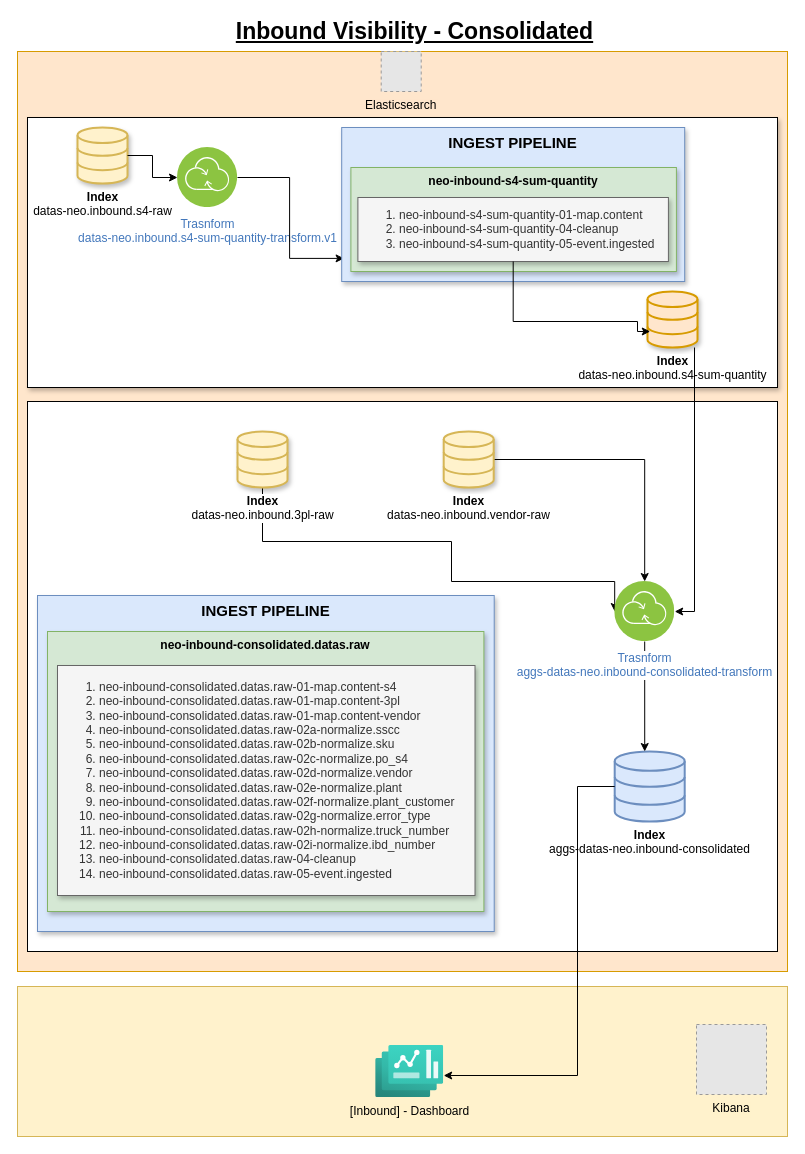
Earlier version of the draw.io diagram Inbound_Visibility-Consolidated.drawio (baranharis/Diagram-LOREAL). Source tidied: cells renumbered, new cells numbered last; positions are measured from the earlier drawing's top-left corner, leaving out a move shared by most shapes. Both pictures are drawn from the tidied source at 100%, with x=0, y=0 at pixel (17, 21). Pictures stored in the file or linked from it are replaced by grey dashed boxes.
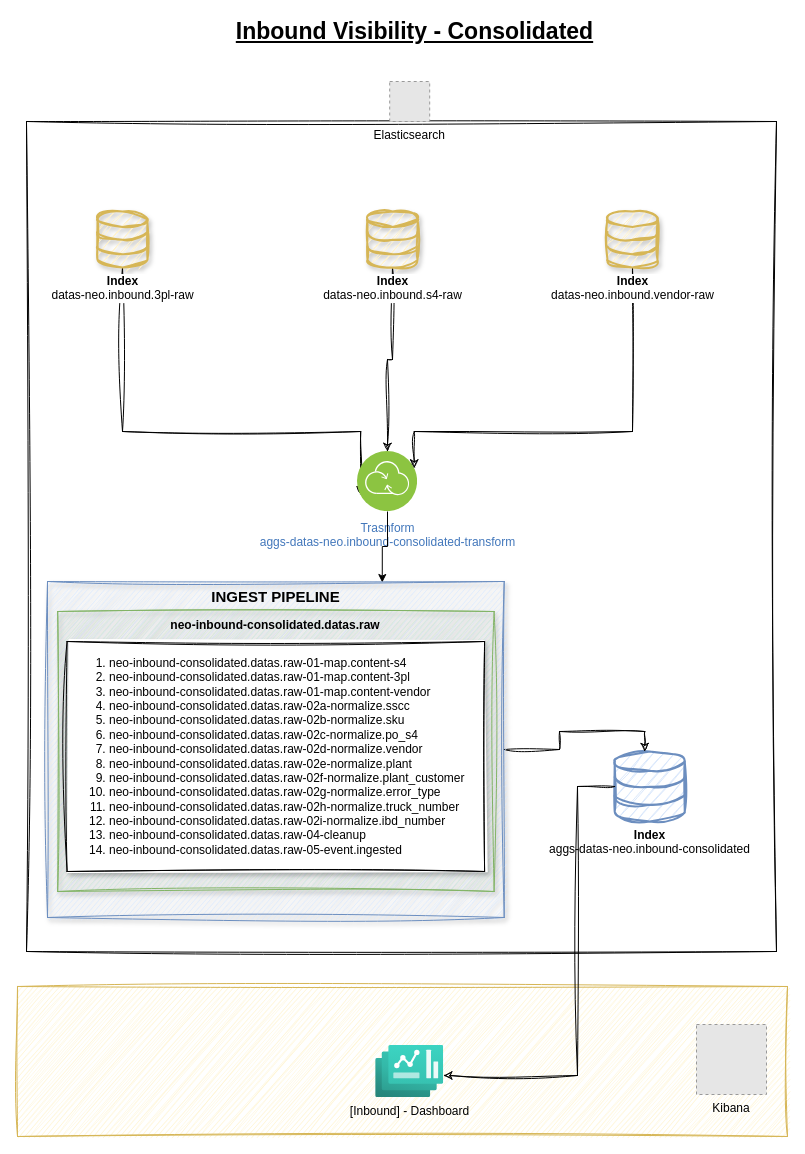
The same page after the edit.

Commit message:
Mettre à jour Inbound_Visibility-Consolidated.drawio

Change to the diagram source:
```diff
@@
+    <mxCell id="19" style="rounded=0;whiteSpace=wrap;html=1;sketch=1;curveFitting=1;jiggle=2;" parent="1" vertex="1">
+      <mxGeometry x="9" y="100" width="750" height="830" as="geometry" />
+    </mxCell>
-    <mxCell id="2" style="rounded=0;whiteSpace=wrap;html=1;fillColor=#fff2cc;strokeColor=#d6b656;" parent="1" vertex="1">
+    <mxCell id="2" style="rounded=0;whiteSpace=wrap;html=1;fillColor=#fff2cc;strokeColor=#d6b656;sketch=1;curveFitting=1;jiggle=2;" parent="1" vertex="1">
       <mxGeometry y="965" width="770" height="150" as="geometry" />
     </mxCell>
-    <mxCell id="3" style="rounded=0;whiteSpace=wrap;html=1;fillColor=#ffe6cc;strokeColor=#d79b00;" parent="1" vertex="1">
-      <mxGeometry y="30" width="770" height="920" as="geometry" />
-    </mxCell>
-    <mxCell id="4" value="Inbound Visibility - Consolidated" style="text;html=1;strokeColor=none;fillColor=none;align=center;verticalAlign=middle;whiteSpace=wrap;rounded=0;fontSize=23;fontStyle=5;" parent="1" vertex="1">
+    <mxCell id="4" value="Inbound Visibility - Consolidated" style="text;html=1;strokeColor=none;fillColor=none;align=center;verticalAlign=middle;whiteSpace=wrap;rounded=0;fontSize=23;fontStyle=5;sketch=1;curveFitting=1;jiggle=2;" parent="1" vertex="1">
       <mxGeometry x="155" width="485" height="20" as="geometry" />
     </mxCell>
-    <mxCell id="5" value="Elasticsearch" style="fillColor=#E6E6E6;strokeColor=#999999;dashed=1;verticalLabelPosition=bottom;labelBackgroundColor=#FFE6CC;verticalAlign=top;" parent="1" vertex="1">
-      <mxGeometry x="363.7" y="30" width="40" height="40" as="geometry" />
+    <mxCell id="5" value="Elasticsearch" style="fillColor=#E6E6E6;strokeColor=#999999;dashed=1;verticalLabelPosition=bottom;labelBackgroundColor=none;verticalAlign=top;" parent="1" vertex="1">
+      <mxGeometry x="372.2" y="60" width="40" height="40" as="geometry" />
     </mxCell>
-    <mxCell id="6" style="rounded=0;whiteSpace=wrap;html=1;shadow=1;" parent="1" vertex="1">
-      <mxGeometry x="10" y="96" width="750" height="270" as="geometry" />
-    </mxCell>
-    <mxCell id="7" value="&lt;b&gt;Index&lt;/b&gt;&lt;br&gt;datas-neo.inbound.s4-raw" style="html=1;verticalLabelPosition=bottom;align=center;labelBackgroundColor=#ffffff;verticalAlign=top;strokeWidth=2;strokeColor=#d6b656;shadow=1;dashed=0;shape=mxgraph.ios7.icons.data;fillColor=#fff2cc;" parent="1" vertex="1">
-      <mxGeometry x="60" y="106" width="50" height="56" as="geometry" />
-    </mxCell>
-    <mxCell id="8" value="Trasnform&lt;br&gt;datas-neo.inbound.s4-sum-quantity-transform.v1" style="image;perimeter=ellipsePerimeter;html=1;align=center;shadow=0;dashed=0;fontColor=#4277BB;labelBackgroundColor=default;fontSize=12;spacingTop=3;image=img/lib/ibm/infrastructure/transformation_connectivity.svg;imageBackground=default;" parent="1" vertex="1">
-      <mxGeometry x="160" y="126" width="60" height="60" as="geometry" />
-    </mxCell>
-    <mxCell id="9" style="edgeStyle=orthogonalEdgeStyle;rounded=0;jettySize=auto;html=1;" parent="1" edge="1" source="7" target="8">
-      <mxGeometry relative="1" as="geometry" />
+    <mxCell id="9" style="edgeStyle=orthogonalEdgeStyle;rounded=0;orthogonalLoop=1;jettySize=auto;html=1;" parent="1" edge="1">
+      <mxGeometry relative="1" as="geometry">
+        <mxPoint x="110" y="134" as="sourcePoint" />
+      </mxGeometry>
     </mxCell>
-    <mxCell id="10" style="edgeStyle=orthogonalEdgeStyle;rounded=0;jettySize=auto;html=1;entryX=0.007;entryY=0.85;entryDx=0;entryDy=0;entryPerimeter=0;" parent="1" edge="1" source="8" target="14">
-      <mxGeometry relative="1" as="geometry" />
+    <mxCell id="10" style="edgeStyle=orthogonalEdgeStyle;rounded=0;orthogonalLoop=1;jettySize=auto;html=1;entryX=0.007;entryY=0.85;entryDx=0;entryDy=0;entryPerimeter=0;" parent="1" edge="1">
+      <mxGeometry relative="1" as="geometry">
+        <mxPoint x="220" y="156" as="sourcePoint" />
+      </mxGeometry>
     </mxCell>
-    <mxCell id="11" value="Kibana" style="fillColor=#E6E6E6;strokeColor=#999999;dashed=1;verticalLabelPosition=bottom;labelBackgroundColor=#fff2cb;verticalAlign=top;" parent="1" vertex="1">
+    <mxCell id="11" value="Kibana" style="fillColor=#E6E6E6;strokeColor=#999999;dashed=1;verticalLabelPosition=bottom;labelBackgroundColor=none;verticalAlign=top;" parent="1" vertex="1">
       <mxGeometry x="679" y="1003" width="70" height="70" as="geometry" />
     </mxCell>
-    <mxCell id="12" value="[Inbound] - Dashboard" style="image;html=1;points=[];align=center;fontSize=12;image=img/lib/azure2/other/Dashboard_Hub.svg;labelBackgroundColor=#fff2cb;" parent="1" vertex="1">
+    <mxCell id="12" value="[Inbound] - Dashboard" style="image;html=1;points=[];align=center;fontSize=12;image=img/lib/azure2/other/Dashboard_Hub.svg;labelBackgroundColor=none;sketch=1;curveFitting=1;jiggle=2;" parent="1" vertex="1">
       <mxGeometry x="358.2" y="1024" width="68" height="52" as="geometry" />
     </mxCell>
-    <mxCell id="13" style="group;" parent="1" vertex="1">
-      <mxGeometry x="324.2" y="106" width="343" height="154" as="geometry" />
-    </mxCell>
-    <mxCell id="14" value="INGEST PIPELINE" style="rounded=0;whiteSpace=wrap;html=1;verticalAlign=top;fontStyle=1;fontSize=15;fillColor=#dae8fc;strokeColor=#6c8ebf;glass=0;shadow=1;" parent="13" vertex="1">
-      <mxGeometry width="343" height="154" as="geometry" />
-    </mxCell>
-    <mxCell id="15" value="neo-inbound-s4-sum-quantity" style="rounded=0;whiteSpace=wrap;html=1;verticalAlign=top;fontStyle=1;fillColor=#d5e8d4;strokeColor=#82b366;glass=0;shadow=1;" parent="13" vertex="1">
-      <mxGeometry x="9.2" y="40" width="325.5" height="104" as="geometry" />
-    </mxCell>
-    <mxCell id="16" value="&lt;ol&gt;&lt;li&gt;neo-inbound-s4-sum-quantity-01-map.content&lt;/li&gt;&lt;li&gt;neo-inbound-s4-sum-quantity-04-cleanup&lt;/li&gt;&lt;li&gt;neo-inbound-s4-sum-quantity-05-event.ingested&lt;br&gt;&lt;/li&gt;&lt;/ol&gt;" style="rounded=0;whiteSpace=wrap;html=1;fillColor=#f5f5f5;strokeColor=#666666;shadow=1;align=left;fontColor=#333333;" parent="13" vertex="1">
-      <mxGeometry x="16.2" y="70" width="310.5" height="64" as="geometry" />
-    </mxCell>
-    <mxCell id="17" value="&lt;b&gt;Index&lt;/b&gt;&lt;br&gt;datas-neo.inbound.s4-sum-quantity" style="html=1;verticalLabelPosition=bottom;align=center;labelBackgroundColor=#ffffff;verticalAlign=top;strokeWidth=2;strokeColor=#d79b00;shadow=1;dashed=0;shape=mxgraph.ios7.icons.data;fillColor=#ffe6cc;" parent="1" vertex="1">
-      <mxGeometry x="630" y="270" width="50" height="56" as="geometry" />
-    </mxCell>
-    <mxCell id="18" style="edgeStyle=orthogonalEdgeStyle;rounded=0;jettySize=auto;html=1;entryX=0.055;entryY=0.714;entryDx=0;entryDy=0;entryPerimeter=0;" parent="1" edge="1" source="16" target="17">
+    <mxCell id="18" style="edgeStyle=orthogonalEdgeStyle;rounded=0;orthogonalLoop=1;jettySize=auto;html=1;entryX=0.055;entryY=0.714;entryDx=0;entryDy=0;entryPerimeter=0;" parent="1" edge="1">
       <mxGeometry relative="1" as="geometry">
+        <mxPoint x="495.8" y="240" as="sourcePoint" />
         <Array as="points">
           <mxPoint x="496" y="300" />
           <mxPoint x="620" y="300" />
         </Array>
       </mxGeometry>
     </mxCell>
-    <mxCell id="19" style="rounded=0;whiteSpace=wrap;html=1;" parent="1" vertex="1">
-      <mxGeometry x="10" y="380" width="750" height="550" as="geometry" />
-    </mxCell>
-    <mxCell id="20" value="&lt;b&gt;Index&lt;/b&gt;&lt;br&gt;aggs-datas-neo.inbound-consolidated" style="html=1;verticalLabelPosition=bottom;align=center;labelBackgroundColor=#ffffff;verticalAlign=top;strokeWidth=2;strokeColor=#6c8ebf;shadow=0;dashed=0;shape=mxgraph.ios7.icons.data;fillColor=#dae8fc;" parent="1" vertex="1">
+    <mxCell id="20" value="&lt;b&gt;Index&lt;/b&gt;&lt;br&gt;aggs-datas-neo.inbound-consolidated" style="html=1;verticalLabelPosition=bottom;align=center;labelBackgroundColor=#ffffff;verticalAlign=top;strokeWidth=2;strokeColor=#6c8ebf;shadow=0;dashed=0;shape=mxgraph.ios7.icons.data;fillColor=#dae8fc;sketch=1;curveFitting=1;jiggle=2;" parent="1" vertex="1">
       <mxGeometry x="597.2" y="730" width="70" height="70" as="geometry" />
     </mxCell>
-    <mxCell id="21" style="edgeStyle=orthogonalEdgeStyle;rounded=0;jettySize=auto;html=1;" parent="1" edge="1" source="20" target="12">
+    <mxCell id="21" style="edgeStyle=orthogonalEdgeStyle;rounded=0;jettySize=auto;html=1;sketch=1;curveFitting=1;jiggle=2;" parent="1" edge="1" source="20" target="12">
       <mxGeometry relative="1" as="geometry">
         <Array as="points">
           <mxPoint x="560" y="765" />
           <mxPoint x="560" y="1054" />
         </Array>
       </mxGeometry>
     </mxCell>
-    <mxCell id="22" value="INGEST PIPELINE" style="rounded=0;whiteSpace=wrap;html=1;verticalAlign=top;fontStyle=1;fontSize=15;fillColor=#dae8fc;strokeColor=#6c8ebf;glass=0;shadow=1;" parent="1" vertex="1">
-      <mxGeometry x="20" y="574" width="456.7" height="336" as="geometry" />
-    </mxCell>
-    <mxCell id="23" value="neo-inbound-consolidated.datas.raw" style="rounded=0;whiteSpace=wrap;html=1;verticalAlign=top;fontStyle=1;fillColor=#d5e8d4;strokeColor=#82b366;glass=0;shadow=1;" parent="1" vertex="1">
-      <mxGeometry x="30" y="610" width="436.4" height="280" as="geometry" />
-    </mxCell>
-    <mxCell id="24" value="&lt;ol&gt;&lt;li style=&quot;border-color: var(--border-color);&quot;&gt;neo-inbound-consolidated.datas.raw-01-map.content-s4&lt;/li&gt;&lt;li style=&quot;border-color: var(--border-color);&quot;&gt;neo-inbound-consolidated.datas.raw-01-map.content-3pl&lt;/li&gt;&lt;li style=&quot;border-color: var(--border-color);&quot;&gt;neo-inbound-consolidated.datas.raw-01-map.content-vendor&lt;/li&gt;&lt;li style=&quot;border-color: var(--border-color);&quot;&gt;neo-inbound-consolidated.datas.raw-02a-normalize.sscc&lt;/li&gt;&lt;li style=&quot;border-color: var(--border-color);&quot;&gt;neo-inbound-consolidated.datas.raw-02b-normalize.sku&lt;/li&gt;&lt;li style=&quot;border-color: var(--border-color);&quot;&gt;neo-inbound-consolidated.datas.raw-02c-normalize.po_s4&lt;/li&gt;&lt;li&gt;neo-inbound-consolidated.datas.raw-02d-normalize.vendor&lt;br&gt;&lt;/li&gt;&lt;li&gt;neo-inbound-consolidated.datas.raw-02e-normalize.plant&lt;br&gt;&lt;/li&gt;&lt;li&gt;neo-inbound-consolidated.datas.raw-02f-normalize.plant_customer&lt;br&gt;&lt;/li&gt;&lt;li&gt;neo-inbound-consolidated.datas.raw-02g-normalize.error_type&lt;br&gt;&lt;/li&gt;&lt;li style=&quot;border-color: var(--border-color);&quot;&gt;neo-inbound-consolidated.datas.raw-02h-normalize.truck_number&lt;/li&gt;&lt;li style=&quot;border-color: var(--border-color);&quot;&gt;neo-inbound-consolidated.datas.raw-02i-normalize.ibd_number&lt;br&gt;&lt;/li&gt;&lt;li style=&quot;border-color: var(--border-color);&quot;&gt;neo-inbound-consolidated.datas.raw-04-cleanup&lt;br&gt;&lt;/li&gt;&lt;li style=&quot;border-color: var(--border-color);&quot;&gt;neo-inbound-consolidated.datas.raw-05-event.ingested&lt;br&gt;&lt;/li&gt;&lt;/ol&gt;" style="rounded=0;whiteSpace=wrap;html=1;fillColor=#f5f5f5;strokeColor=#666666;shadow=1;align=left;fontColor=#333333;" parent="1" vertex="1">
-      <mxGeometry x="40" y="644" width="417.5" height="230" as="geometry" />
-    </mxCell>
-    <mxCell id="25" style="edgeStyle=orthogonalEdgeStyle;rounded=0;jettySize=auto;html=1;entryX=0;entryY=0.5;entryDx=0;entryDy=0;" parent="1" edge="1" source="26" target="30">
+    <mxCell id="25" style="edgeStyle=orthogonalEdgeStyle;rounded=0;jettySize=auto;html=1;entryX=0;entryY=0.75;entryDx=0;entryDy=0;sketch=1;curveFitting=1;jiggle=2;" parent="1" edge="1" source="26" target="30">
       <mxGeometry relative="1" as="geometry">
         <Array as="points">
-          <mxPoint x="245" y="520" />
-          <mxPoint x="434" y="520" />
-          <mxPoint x="434" y="560" />
-          <mxPoint x="597" y="560" />
+          <mxPoint x="105" y="410" />
+          <mxPoint x="343" y="410" />
         </Array>
       </mxGeometry>
     </mxCell>
-    <mxCell id="26" value="&lt;b&gt;Index&lt;/b&gt;&lt;br&gt;datas-neo.inbound.3pl-raw" style="html=1;verticalLabelPosition=bottom;align=center;labelBackgroundColor=#ffffff;verticalAlign=top;strokeWidth=2;strokeColor=#d6b656;shadow=1;dashed=0;shape=mxgraph.ios7.icons.data;fillColor=#fff2cc;" parent="1" vertex="1">
-      <mxGeometry x="220" y="410" width="50" height="56" as="geometry" />
+    <mxCell id="26" value="&lt;b&gt;Index&lt;/b&gt;&lt;br&gt;datas-neo.inbound.3pl-raw" style="html=1;verticalLabelPosition=bottom;align=center;labelBackgroundColor=#ffffff;verticalAlign=top;strokeWidth=2;strokeColor=#d6b656;shadow=1;dashed=0;shape=mxgraph.ios7.icons.data;fillColor=#fff2cc;sketch=1;curveFitting=1;jiggle=2;" parent="1" vertex="1">
+      <mxGeometry x="80" y="190" width="50" height="56" as="geometry" />
     </mxCell>
-    <mxCell id="27" style="edgeStyle=orthogonalEdgeStyle;rounded=0;jettySize=auto;html=1;entryX=0.5;entryY=0;entryDx=0;entryDy=0;" parent="1" edge="1" source="28" target="30">
+    <mxCell id="27" style="edgeStyle=orthogonalEdgeStyle;rounded=0;jettySize=auto;html=1;sketch=1;curveFitting=1;jiggle=2;" parent="1" edge="1" source="28" target="30">
       <mxGeometry relative="1" as="geometry" />
     </mxCell>
-    <mxCell id="28" value="&lt;b&gt;Index&lt;/b&gt;&lt;br&gt;datas-neo.inbound.vendor-raw" style="html=1;verticalLabelPosition=bottom;align=center;labelBackgroundColor=#ffffff;verticalAlign=top;strokeWidth=2;strokeColor=#d6b656;shadow=1;dashed=0;shape=mxgraph.ios7.icons.data;fillColor=#fff2cc;" parent="1" vertex="1">
-      <mxGeometry x="426.2" y="410" width="50" height="56" as="geometry" />
+    <mxCell id="28" value="&lt;b&gt;Index&lt;/b&gt;&lt;br&gt;datas-neo.inbound.s4-raw" style="html=1;verticalLabelPosition=bottom;align=center;labelBackgroundColor=#ffffff;verticalAlign=top;strokeWidth=2;strokeColor=#d6b656;shadow=1;dashed=0;shape=mxgraph.ios7.icons.data;fillColor=#fff2cc;sketch=1;curveFitting=1;jiggle=2;" parent="1" vertex="1">
+      <mxGeometry x="350" y="190" width="50" height="56" as="geometry" />
     </mxCell>
-    <mxCell id="29" style="edgeStyle=orthogonalEdgeStyle;rounded=0;jettySize=auto;html=1;entryX=0.429;entryY=0;entryDx=0;entryDy=0;entryPerimeter=0;" parent="1" edge="1" source="30" target="20">
+    <mxCell id="29" style="edgeStyle=orthogonalEdgeStyle;rounded=0;jettySize=auto;html=1;entryX=0.429;entryY=0;entryDx=0;entryDy=0;entryPerimeter=0;sketch=1;curveFitting=1;jiggle=2;" parent="1" edge="1" source="22" target="20">
       <mxGeometry relative="1" as="geometry" />
     </mxCell>
-    <mxCell id="30" value="Trasnform&lt;br&gt;aggs-datas-neo.inbound-consolidated-transform" style="image;perimeter=ellipsePerimeter;html=1;align=center;shadow=0;dashed=0;fontColor=#4277BB;labelBackgroundColor=default;fontSize=12;spacingTop=3;image=img/lib/ibm/infrastructure/transformation_connectivity.svg;" parent="1" vertex="1">
-      <mxGeometry x="597.2" y="560" width="60" height="60" as="geometry" />
+    <mxCell id="30" value="Trasnform&lt;br&gt;aggs-datas-neo.inbound-consolidated-transform" style="image;perimeter=ellipsePerimeter;html=1;align=center;shadow=0;dashed=0;fontColor=#4277BB;labelBackgroundColor=default;fontSize=12;spacingTop=3;image=img/lib/ibm/infrastructure/transformation_connectivity.svg;sketch=1;curveFitting=1;jiggle=2;" parent="1" vertex="1">
+      <mxGeometry x="340" y="430" width="60" height="60" as="geometry" />
     </mxCell>
-    <mxCell id="31" style="edgeStyle=orthogonalEdgeStyle;rounded=0;jettySize=auto;html=1;entryX=1;entryY=0.5;entryDx=0;entryDy=0;" parent="1" edge="1" source="17" target="30">
-      <mxGeometry relative="1" as="geometry">
-        <Array as="points">
-          <mxPoint x="677" y="590" />
-        </Array>
-      </mxGeometry>
-    </mxCell>
+    <mxCell id="32" style="edgeStyle=orthogonalEdgeStyle;rounded=0;jettySize=auto;html=1;entryX=1;entryY=0.25;entryDx=0;entryDy=0;sketch=1;curveFitting=1;jiggle=2;shadow=0;" parent="1" edge="1" source="33" target="30">
+      <mxGeometry relative="1" as="geometry">
+        <Array as="points">
+          <mxPoint x="615" y="410" />
+          <mxPoint x="397" y="410" />
+        </Array>
+      </mxGeometry>
+    </mxCell>
+    <mxCell id="33" value="&lt;b&gt;Index&lt;/b&gt;&lt;br&gt;datas-neo.inbound.vendor-raw" style="html=1;verticalLabelPosition=bottom;align=center;labelBackgroundColor=#ffffff;verticalAlign=top;strokeWidth=2;strokeColor=#d6b656;shadow=1;dashed=0;shape=mxgraph.ios7.icons.data;fillColor=#fff2cc;sketch=1;curveFitting=1;jiggle=2;" parent="1" vertex="1">
+      <mxGeometry x="590" y="190" width="50" height="56" as="geometry" />
+    </mxCell>
+    <mxCell id="34" style="edgeStyle=orthogonalEdgeStyle;rounded=0;jettySize=auto;html=1;entryX=0.733;entryY=0.003;entryDx=0;entryDy=0;entryPerimeter=0;" parent="1" edge="1" source="30" target="22">
+      <mxGeometry relative="1" as="geometry" />
+    </mxCell>
+    <mxCell id="35" style="group;" parent="1" vertex="1">
+      <mxGeometry x="30" y="560" width="456.7" height="336" as="geometry" />
+    </mxCell>
+    <mxCell id="22" value="INGEST PIPELINE" style="rounded=0;whiteSpace=wrap;html=1;verticalAlign=top;fontStyle=1;fontSize=15;fillColor=#dae8fc;strokeColor=#6c8ebf;glass=0;shadow=1;sketch=1;curveFitting=1;jiggle=2;" parent="35" vertex="1">
+      <mxGeometry width="456.7" height="336" as="geometry" />
+    </mxCell>
+    <mxCell id="23" value="neo-inbound-consolidated.datas.raw" style="rounded=0;whiteSpace=wrap;html=1;verticalAlign=top;fontStyle=1;fillColor=#d5e8d4;strokeColor=#82b366;glass=0;shadow=1;sketch=1;curveFitting=1;jiggle=2;" parent="35" vertex="1">
+      <mxGeometry x="10.2" y="30" width="436.4" height="280" as="geometry" />
+    </mxCell>
+    <mxCell id="24" value="&lt;ol&gt;&lt;li style=&quot;border-color: var(--border-color);&quot;&gt;neo-inbound-consolidated.datas.raw-01-map.content-s4&lt;/li&gt;&lt;li style=&quot;border-color: var(--border-color);&quot;&gt;neo-inbound-consolidated.datas.raw-01-map.content-3pl&lt;/li&gt;&lt;li style=&quot;border-color: var(--border-color);&quot;&gt;neo-inbound-consolidated.datas.raw-01-map.content-vendor&lt;/li&gt;&lt;li style=&quot;border-color: var(--border-color);&quot;&gt;neo-inbound-consolidated.datas.raw-02a-normalize.sscc&lt;/li&gt;&lt;li style=&quot;border-color: var(--border-color);&quot;&gt;neo-inbound-consolidated.datas.raw-02b-normalize.sku&lt;/li&gt;&lt;li style=&quot;border-color: var(--border-color);&quot;&gt;neo-inbound-consolidated.datas.raw-02c-normalize.po_s4&lt;/li&gt;&lt;li&gt;neo-inbound-consolidated.datas.raw-02d-normalize.vendor&lt;br&gt;&lt;/li&gt;&lt;li&gt;neo-inbound-consolidated.datas.raw-02e-normalize.plant&lt;br&gt;&lt;/li&gt;&lt;li&gt;neo-inbound-consolidated.datas.raw-02f-normalize.plant_customer&lt;br&gt;&lt;/li&gt;&lt;li&gt;neo-inbound-consolidated.datas.raw-02g-normalize.error_type&lt;br&gt;&lt;/li&gt;&lt;li style=&quot;border-color: var(--border-color);&quot;&gt;neo-inbound-consolidated.datas.raw-02h-normalize.truck_number&lt;/li&gt;&lt;li style=&quot;border-color: var(--border-color);&quot;&gt;neo-inbound-consolidated.datas.raw-02i-normalize.ibd_number&lt;br&gt;&lt;/li&gt;&lt;li style=&quot;border-color: var(--border-color);&quot;&gt;neo-inbound-consolidated.datas.raw-04-cleanup&lt;br&gt;&lt;/li&gt;&lt;li style=&quot;border-color: var(--border-color);&quot;&gt;neo-inbound-consolidated.datas.raw-05-event.ingested&lt;br&gt;&lt;/li&gt;&lt;/ol&gt;" style="rounded=0;whiteSpace=wrap;html=1;shadow=1;align=left;sketch=1;curveFitting=1;jiggle=2;" parent="35" vertex="1">
+      <mxGeometry x="19.6" y="60" width="417.5" height="230" as="geometry" />
+    </mxCell>
```
